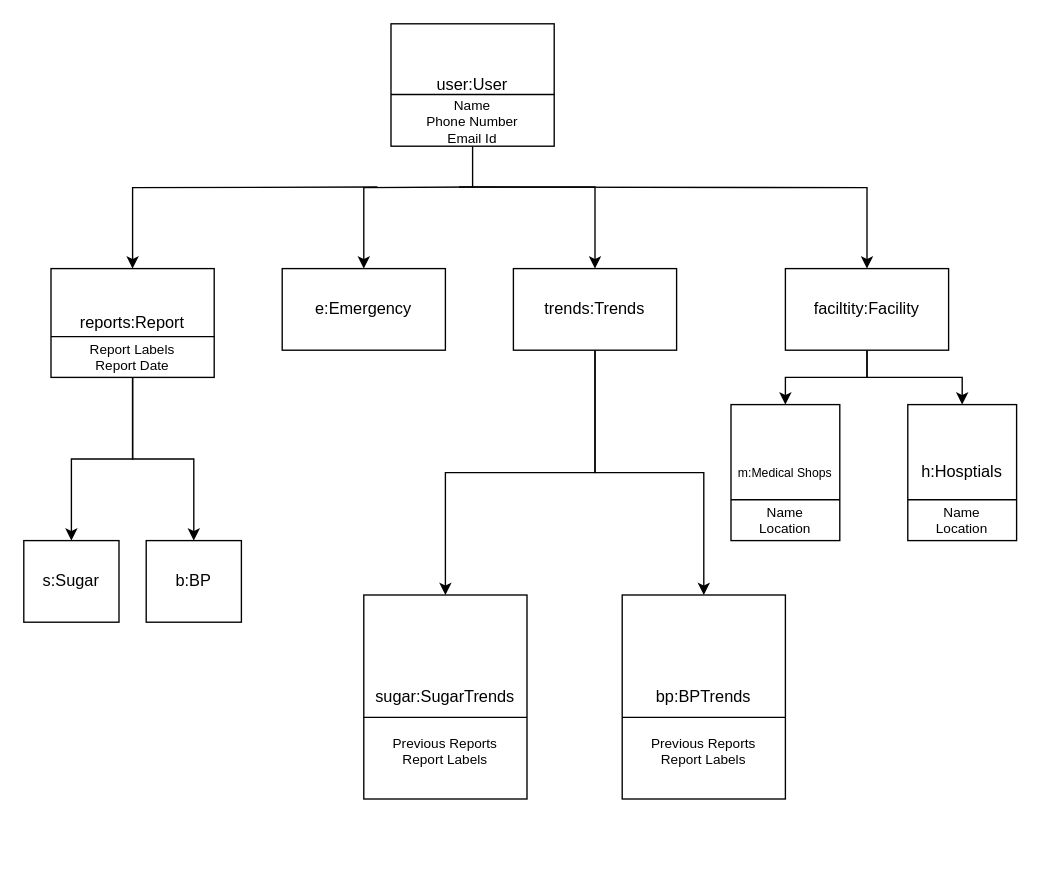
Earlier version of the draw.io diagram ObjectDiagram.drawio (pranavn35/ProjectDiagrams). Source tidied: cells renumbered, new cells numbered last; positions are measured from the earlier drawing's top-left corner, leaving out a move shared by most shapes. Both pictures are drawn from the tidied source at 136%, with x=0, y=0 at pixel (23, 23).
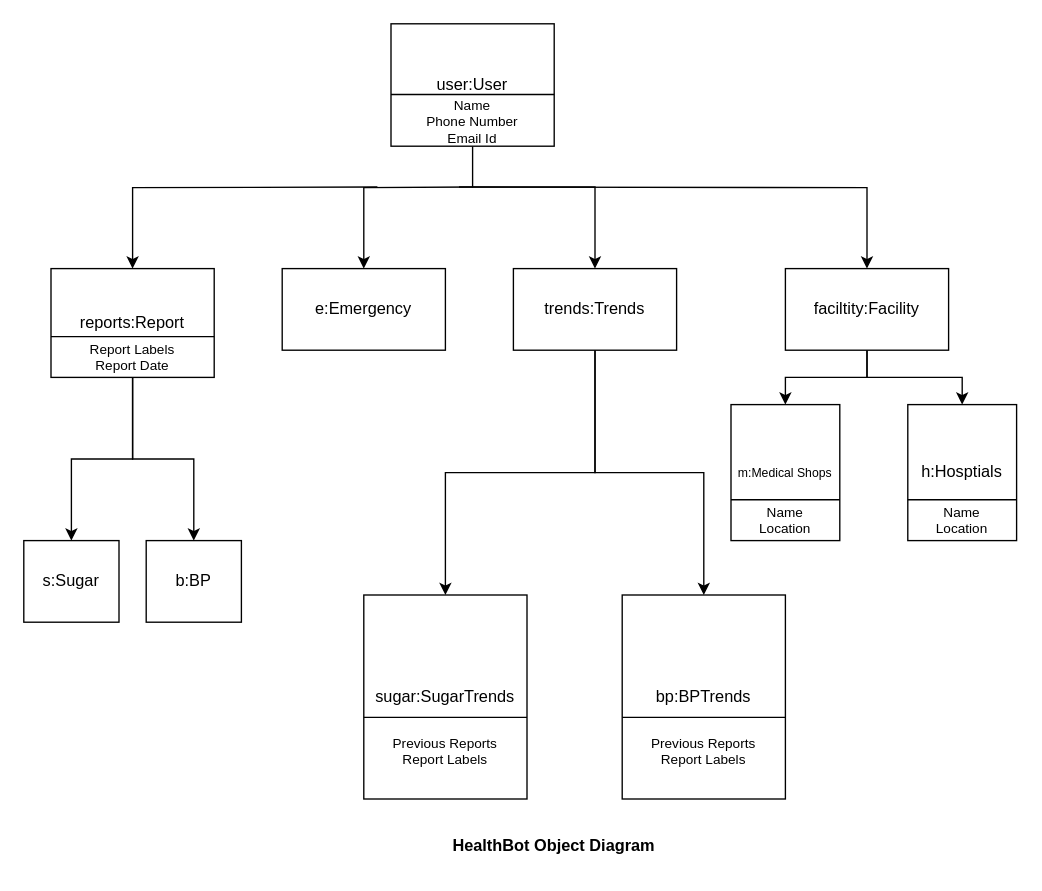
The same page after the edit.

Change to the diagram source:
```diff
@@
+    <mxCell id="35" value="&lt;font style=&quot;font-size: 12px&quot;&gt;&lt;b&gt;HealthBot Object Diagram&lt;/b&gt;&lt;/font&gt;" style="text;html=1;strokeColor=none;fillColor=none;align=center;verticalAlign=middle;whiteSpace=wrap;rounded=0;fontSize=10;" parent="1" vertex="1">
+      <mxGeometry x="300" y="590" width="180" height="30" as="geometry" />
+    </mxCell>
```
